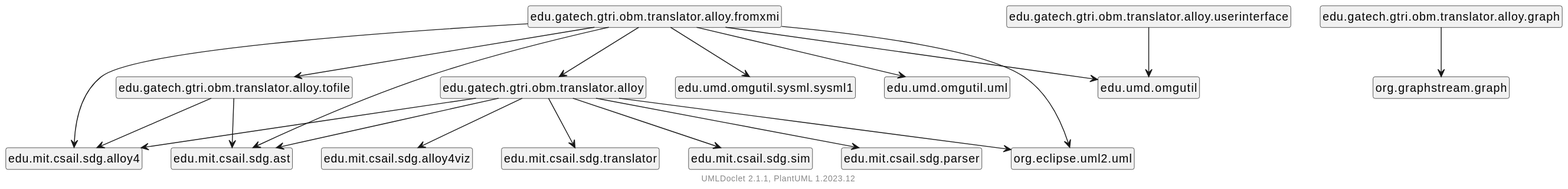
Before: package-dependencies.svg, a diagram exported from PlantUML (ontological-behavior-modeling/tester).
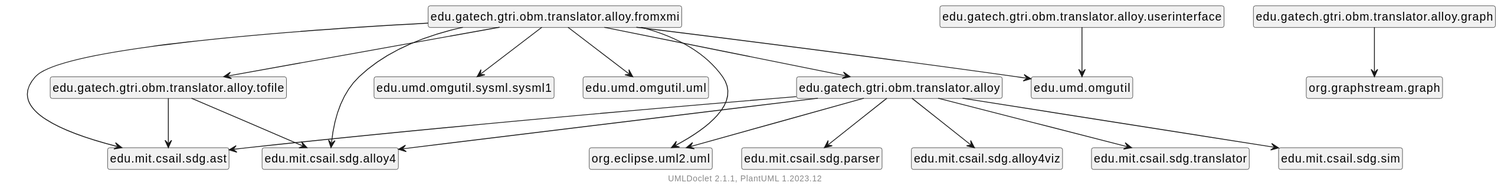
The same file after the commit.

Diff of the diagram source:
```diff
@@ -5,35 +5,35 @@
     hide empty fields
     hide empty methods
 
-    edu.gatech.gtri.obm.translator.alloy --> edu.mit.csail.sdg.parser
-    edu.gatech.gtri.obm.translator.alloy --> edu.mit.csail.sdg.ast
-    edu.gatech.gtri.obm.translator.alloy --> org.eclipse.uml2.uml
     edu.gatech.gtri.obm.translator.alloy --> edu.mit.csail.sdg.alloy4viz
     edu.gatech.gtri.obm.translator.alloy --> edu.mit.csail.sdg.translator
     edu.gatech.gtri.obm.translator.alloy --> edu.mit.csail.sdg.alloy4
+    edu.gatech.gtri.obm.translator.alloy --> edu.mit.csail.sdg.ast
     edu.gatech.gtri.obm.translator.alloy --> edu.mit.csail.sdg.sim
-    edu.gatech.gtri.obm.translator.alloy.tofile --> edu.mit.csail.sdg.ast
-    edu.gatech.gtri.obm.translator.alloy.tofile --> edu.mit.csail.sdg.alloy4
+    edu.gatech.gtri.obm.translator.alloy --> edu.mit.csail.sdg.parser
+    edu.gatech.gtri.obm.translator.alloy --> org.eclipse.uml2.uml
+    edu.gatech.gtri.obm.translator.alloy.fromxmi --> edu.gatech.gtri.obm.translator.alloy.tofile
+    edu.gatech.gtri.obm.translator.alloy.fromxmi --> edu.mit.csail.sdg.ast
+    edu.gatech.gtri.obm.translator.alloy.fromxmi --> edu.mit.csail.sdg.alloy4
+    edu.gatech.gtri.obm.translator.alloy.fromxmi --> edu.gatech.gtri.obm.translator.alloy
     edu.gatech.gtri.obm.translator.alloy.fromxmi --> edu.umd.omgutil.sysml.sysml1
     edu.gatech.gtri.obm.translator.alloy.fromxmi --> edu.umd.omgutil
     edu.gatech.gtri.obm.translator.alloy.fromxmi --> org.eclipse.uml2.uml
-    edu.gatech.gtri.obm.translator.alloy.fromxmi --> edu.mit.csail.sdg.ast
     edu.gatech.gtri.obm.translator.alloy.fromxmi --> edu.umd.omgutil.uml
-    edu.gatech.gtri.obm.translator.alloy.fromxmi --> edu.gatech.gtri.obm.translator.alloy
-    edu.gatech.gtri.obm.translator.alloy.fromxmi --> edu.mit.csail.sdg.alloy4
-    edu.gatech.gtri.obm.translator.alloy.fromxmi --> edu.gatech.gtri.obm.translator.alloy.tofile
+    edu.gatech.gtri.obm.translator.alloy.graph --> org.graphstream.graph
     edu.gatech.gtri.obm.translator.alloy.userinterface --> edu.umd.omgutil
-    edu.gatech.gtri.obm.translator.alloy.graph --> org.graphstream.graph
+    edu.gatech.gtri.obm.translator.alloy.tofile --> edu.mit.csail.sdg.ast
+    edu.gatech.gtri.obm.translator.alloy.tofile --> edu.mit.csail.sdg.alloy4
 
     class "edu.gatech.gtri.obm.translator.alloy" [[edu/gatech/gtri/obm/translator/alloy/package-summary.html]] {
     }
+    class "edu.gatech.gtri.obm.translator.alloy.fromxmi" [[edu/gatech/gtri/obm/translator/alloy/fromxmi/package-summary.html]] {
+    }
     class "edu.gatech.gtri.obm.translator.alloy.tofile" [[edu/gatech/gtri/obm/translator/alloy/tofile/package-summary.html]] {
     }
-    class "edu.gatech.gtri.obm.translator.alloy.fromxmi" [[edu/gatech/gtri/obm/translator/alloy/fromxmi/package-summary.html]] {
+    class "edu.gatech.gtri.obm.translator.alloy.graph" [[edu/gatech/gtri/obm/translator/alloy/graph/package-summary.html]] {
     }
     class "edu.gatech.gtri.obm.translator.alloy.userinterface" [[edu/gatech/gtri/obm/translator/alloy/userinterface/package-summary.html]] {
     }
-    class "edu.gatech.gtri.obm.translator.alloy.graph" [[edu/gatech/gtri/obm/translator/alloy/graph/package-summary.html]] {
-    }
     center footer UMLDoclet 2.1.1, PlantUML %version()
 @enduml
```
